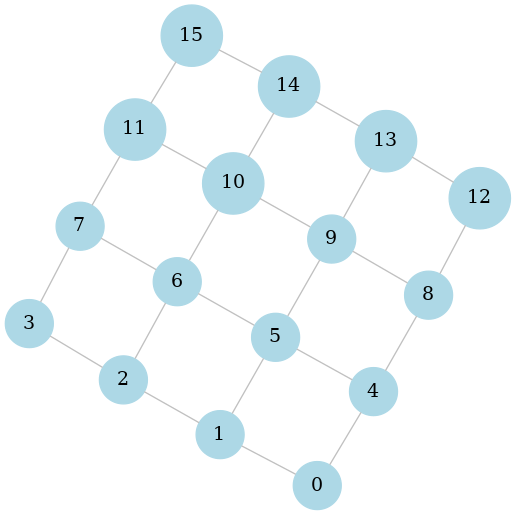
Above: figs/lattice2DGraph.png in fieldofnodes/MBQC (Graphviz), before the change. Its source is kept beside it as figs/lattice2DGraph.dot.
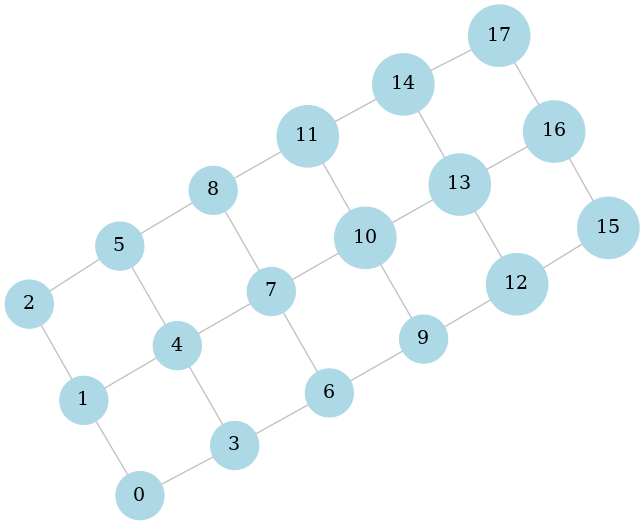
Above is the later version.

Commit message:
fixed lattice graph issue for measurements

What changed in the source:
```diff
@@ -15,28 +15,33 @@
 13;
 14;
 15;
+16;
+17;
 0--1 ;
-0--4 ;
+0--3 ;
+3--4 ;
+3--6 ;
+6--7 ;
+6--9 ;
+9--10 ;
+9--12 ;
+12--13 ;
+12--15 ;
+15--16 ;
 1--2 ;
-1--5 ;
-2--3 ;
-2--6 ;
-3--7 ;
+1--4 ;
 4--5 ;
-4--8 ;
-5--6 ;
-5--9 ;
-6--7 ;
-6--10 ;
-7--11 ;
-8--9 ;
-8--12 ;
-9--10 ;
-9--13 ;
+4--7 ;
+7--8 ;
+7--10 ;
 10--11 ;
-10--14 ;
-11--15 ;
-12--13 ;
+10--13 ;
 13--14 ;
-14--15 ;
+13--16 ;
+16--17 ;
+2--5 ;
+5--8 ;
+8--11 ;
+11--14 ;
+14--17 ;
 }
```
